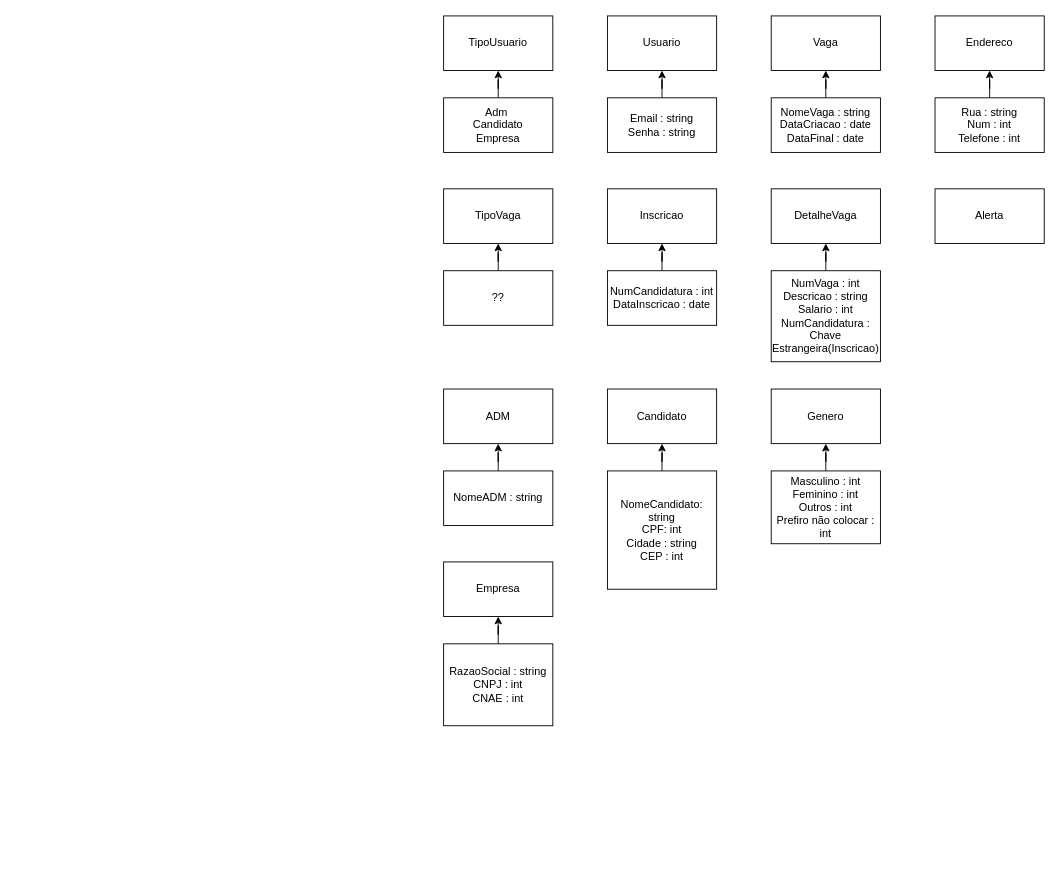
flavio-pires/Projeto_ProVagas keeps this draw.io diagram as bd/MER/MER.drawio. Above is the earlier version. Source tidied: cells renumbered, new cells numbered last; positions are measured from the earlier drawing's top-left corner, leaving out a move shared by most shapes. Both pictures are drawn from the tidied source at 91%, with x=0, y=0 at pixel (443, 15).
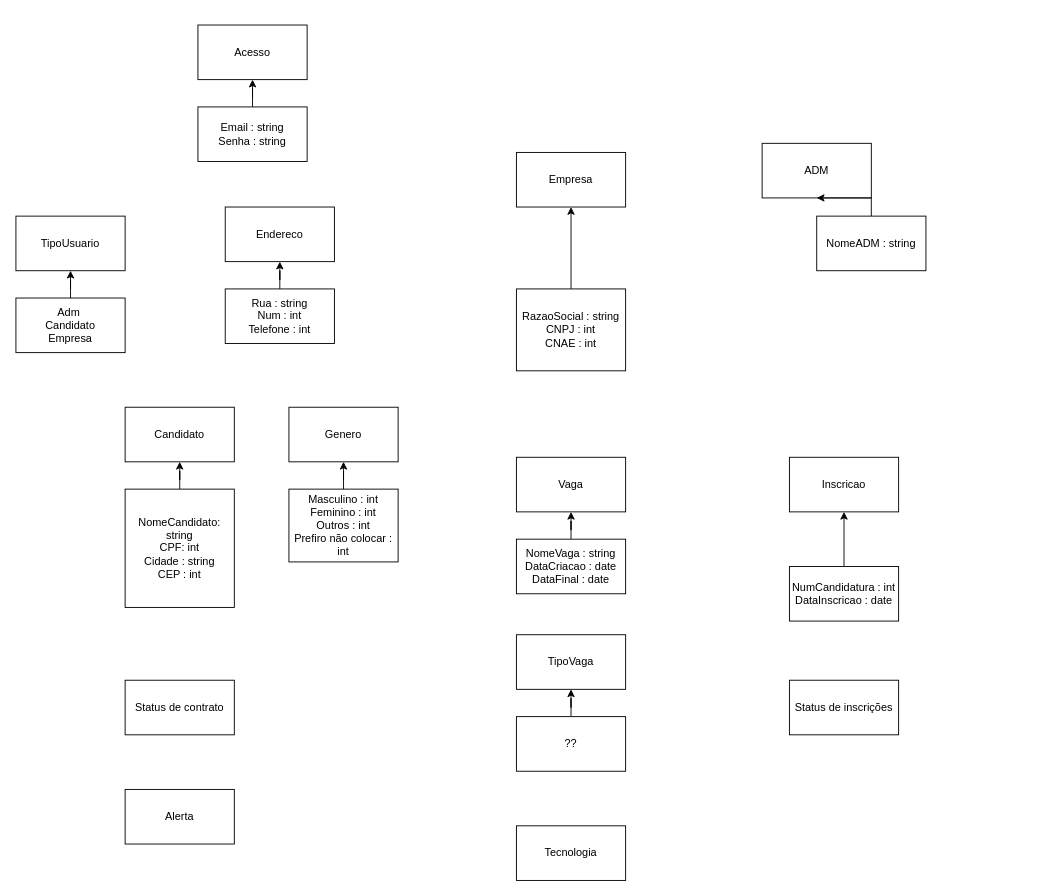
The same diagram, later.

What changed in the source:
```diff
@@
-    <mxCell id="2" value="Usuario" style="rounded=0;whiteSpace=wrap;html=1;" parent="1" vertex="1">
-      <mxGeometry x="180" width="120" height="60" as="geometry" />
+    <mxCell id="2" value="Acesso" style="rounded=0;whiteSpace=wrap;html=1;" parent="1" vertex="1">
+      <mxGeometry x="-270" y="10" width="120" height="60" as="geometry" />
     </mxCell>
     <mxCell id="3" value="TipoUsuario" style="rounded=0;whiteSpace=wrap;html=1;" parent="1" vertex="1">
-      <mxGeometry width="120" height="60" as="geometry" />
+      <mxGeometry x="-470" y="220" width="120" height="60" as="geometry" />
     </mxCell>
     <mxCell id="4" value="Vaga" style="rounded=0;whiteSpace=wrap;html=1;" parent="1" vertex="1">
-      <mxGeometry x="360" width="120" height="60" as="geometry" />
+      <mxGeometry x="80" y="485" width="120" height="60" as="geometry" />
     </mxCell>
     <mxCell id="5" value="Inscricao" style="rounded=0;whiteSpace=wrap;html=1;" parent="1" vertex="1">
-      <mxGeometry x="180" y="190" width="120" height="60" as="geometry" />
+      <mxGeometry x="380" y="485" width="120" height="60" as="geometry" />
     </mxCell>
     <mxCell id="6" value="TipoVaga" style="rounded=0;whiteSpace=wrap;html=1;" parent="1" vertex="1">
-      <mxGeometry y="190" width="120" height="60" as="geometry" />
+      <mxGeometry x="80" y="680" width="120" height="60" as="geometry" />
     </mxCell>
     <mxCell id="7" value="Empresa" style="rounded=0;whiteSpace=wrap;html=1;" parent="1" vertex="1">
-      <mxGeometry y="600" width="120" height="60" as="geometry" />
+      <mxGeometry x="80" y="150" width="120" height="60" as="geometry" />
     </mxCell>
     <mxCell id="8" value="ADM" style="rounded=0;whiteSpace=wrap;html=1;" parent="1" vertex="1">
-      <mxGeometry y="410" width="120" height="60" as="geometry" />
+      <mxGeometry x="350" y="140" width="120" height="60" as="geometry" />
     </mxCell>
     <mxCell id="9" value="Candidato" style="rounded=0;whiteSpace=wrap;html=1;" parent="1" vertex="1">
-      <mxGeometry x="180" y="410" width="120" height="60" as="geometry" />
+      <mxGeometry x="-350" y="430" width="120" height="60" as="geometry" />
     </mxCell>
@@
     <mxCell id="11" value="Adm&amp;nbsp;&lt;br&gt;Candidato&lt;br&gt;Empresa" style="rounded=0;whiteSpace=wrap;html=1;" parent="1" vertex="1">
-      <mxGeometry y="90" width="120" height="60" as="geometry" />
+      <mxGeometry x="-470" y="310" width="120" height="60" as="geometry" />
     </mxCell>
@@
     <mxCell id="13" value="Email : string&lt;br&gt;Senha : string" style="rounded=0;whiteSpace=wrap;html=1;" parent="1" vertex="1">
-      <mxGeometry x="180" y="90" width="120" height="60" as="geometry" />
+      <mxGeometry x="-270" y="100" width="120" height="60" as="geometry" />
     </mxCell>
     <mxCell id="14" value="Endereco" style="rounded=0;whiteSpace=wrap;html=1;" parent="1" vertex="1">
-      <mxGeometry x="540" width="120" height="60" as="geometry" />
+      <mxGeometry x="-240" y="210" width="120" height="60" as="geometry" />
     </mxCell>
@@
     <mxCell id="16" value="NomeVaga : string&lt;br&gt;DataCriacao : date&lt;br&gt;DataFinal : date" style="rounded=0;whiteSpace=wrap;html=1;" parent="1" vertex="1">
-      <mxGeometry x="360" y="90" width="120" height="60" as="geometry" />
+      <mxGeometry x="80" y="575" width="120" height="60" as="geometry" />
     </mxCell>
@@
     <mxCell id="18" value="??" style="rounded=0;whiteSpace=wrap;html=1;" parent="1" vertex="1">
-      <mxGeometry y="280" width="120" height="60" as="geometry" />
+      <mxGeometry x="80" y="770" width="120" height="60" as="geometry" />
     </mxCell>
@@
     <mxCell id="20" value="Rua : string&lt;br&gt;Num : int&lt;br&gt;Telefone : int" style="rounded=0;whiteSpace=wrap;html=1;" parent="1" vertex="1">
-      <mxGeometry x="540" y="90" width="120" height="60" as="geometry" />
+      <mxGeometry x="-240" y="300" width="120" height="60" as="geometry" />
     </mxCell>
@@
     <mxCell id="22" value="NumCandidatura : int&lt;br&gt;DataInscricao : date" style="rounded=0;whiteSpace=wrap;html=1;" parent="1" vertex="1">
-      <mxGeometry x="180" y="280" width="120" height="60" as="geometry" />
+      <mxGeometry x="380" y="605" width="120" height="60" as="geometry" />
     </mxCell>
@@
     <mxCell id="24" value="NomeADM : string&lt;br&gt;" style="rounded=0;whiteSpace=wrap;html=1;" parent="1" vertex="1">
-      <mxGeometry y="500" width="120" height="60" as="geometry" />
+      <mxGeometry x="410" y="220" width="120" height="60" as="geometry" />
     </mxCell>
@@
     <mxCell id="26" value="NomeCandidato: string&lt;br&gt;CPF: int&lt;br&gt;Cidade : string&lt;br&gt;CEP : int" style="rounded=0;whiteSpace=wrap;html=1;" parent="1" vertex="1">
-      <mxGeometry x="180" y="500" width="120" height="130" as="geometry" />
+      <mxGeometry x="-350" y="520" width="120" height="130" as="geometry" />
     </mxCell>
@@
     <mxCell id="28" value="RazaoSocial : string&lt;br&gt;CNPJ : int&lt;br&gt;CNAE : int" style="rounded=0;whiteSpace=wrap;html=1;" parent="1" vertex="1">
-      <mxGeometry y="690" width="120" height="90" as="geometry" />
+      <mxGeometry x="80" y="300" width="120" height="90" as="geometry" />
     </mxCell>
-    <mxCell id="29" value="DetalheVaga" style="rounded=0;whiteSpace=wrap;html=1;" parent="1" vertex="1">
-      <mxGeometry x="360" y="190" width="120" height="60" as="geometry" />
-    </mxCell>
-    <mxCell id="30" style="edgeStyle=orthogonalEdgeStyle;rounded=0;jettySize=auto;html=1;" parent="1" edge="1" source="31" target="29">
-      <mxGeometry relative="1" as="geometry" />
-    </mxCell>
-    <mxCell id="31" value="NumVaga : int&lt;br&gt;Descricao : string&lt;br&gt;Salario : int&lt;br&gt;NumCandidatura : Chave Estrangeira(Inscricao)" style="rounded=0;whiteSpace=wrap;html=1;" parent="1" vertex="1">
-      <mxGeometry x="360" y="280" width="120" height="100" as="geometry" />
-    </mxCell>
-    <mxCell id="32" value="Alerta" style="rounded=0;whiteSpace=wrap;html=1;" parent="1" vertex="1">
-      <mxGeometry x="540" y="190" width="120" height="60" as="geometry" />
+    <mxCell id="32" value="Status de contrato" style="rounded=0;whiteSpace=wrap;html=1;" parent="1" vertex="1">
+      <mxGeometry x="-350" y="730" width="120" height="60" as="geometry" />
     </mxCell>
     <mxCell id="33" value="Genero" style="rounded=0;whiteSpace=wrap;html=1;" parent="1" vertex="1">
-      <mxGeometry x="360" y="410" width="120" height="60" as="geometry" />
+      <mxGeometry x="-170" y="430" width="120" height="60" as="geometry" />
     </mxCell>
@@
     <mxCell id="35" value="Masculino : int&lt;br&gt;Feminino : int&lt;br&gt;Outros : int&lt;br&gt;Prefiro não colocar : int" style="rounded=0;whiteSpace=wrap;html=1;" parent="1" vertex="1">
-      <mxGeometry x="360" y="500" width="120" height="80" as="geometry" />
+      <mxGeometry x="-170" y="520" width="120" height="80" as="geometry" />
     </mxCell>
+    <mxCell id="36" value="Status de inscrições" style="rounded=0;whiteSpace=wrap;html=1;" parent="1" vertex="1">
+      <mxGeometry x="380" y="730" width="120" height="60" as="geometry" />
+    </mxCell>
+    <mxCell id="37" value="Tecnologia" style="rounded=0;whiteSpace=wrap;html=1;" parent="1" vertex="1">
+      <mxGeometry x="80" y="890" width="120" height="60" as="geometry" />
+    </mxCell>
+    <mxCell id="38" value="Alerta" style="rounded=0;whiteSpace=wrap;html=1;" parent="1" vertex="1">
+      <mxGeometry x="-350" y="850" width="120" height="60" as="geometry" />
+    </mxCell>
```
